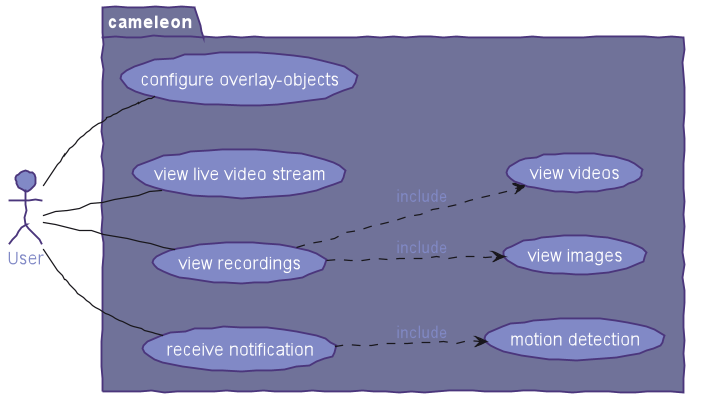
Earlier version of the PlantUML export asciidocs/images/usecase_diagram.png (simonittensammer/cameleon). Source of this version:
```plantuml
@startuml

!include style.puml

left to right direction

actor User
package cameleon {
    User -- (configure overlay-objects)
    User -- (view live video stream)

    User -- (view recordings)
    (view recordings)..>(view images) :include
    (view recordings)..>(view videos) :include

    User -- (receive notification)
    (receive notification)..>(motion detection) :include
}
@enduml
```
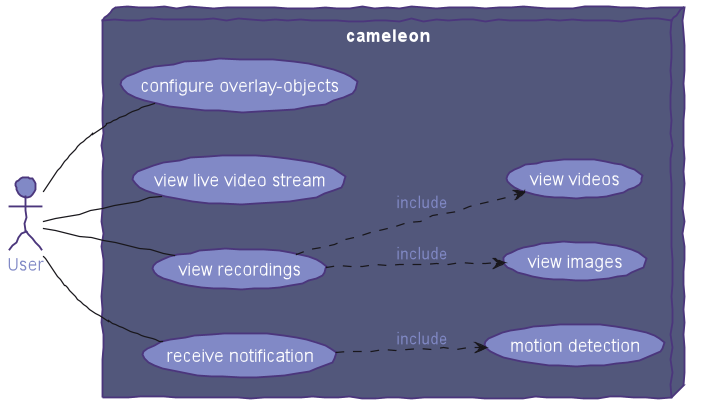
After the change.

Commit message:
issue-10: update usecase style

Diff of the diagram source:
```diff
@@ -5,7 +5,7 @@
 left to right direction
 
 actor User
-package cameleon {
+node cameleon {
     User -- (configure overlay-objects)
     User -- (view live video stream)
 
```
